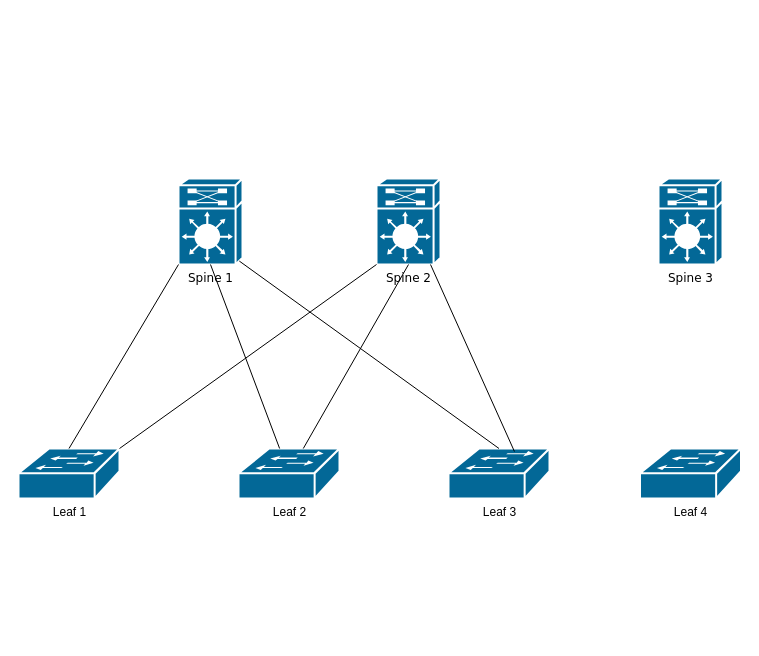
Before: HW1/hw1.drawio in parashu-rama/parashu-rama, a draw.io diagram. Source tidied: cells renumbered, new cells numbered last; positions are measured from the earlier drawing's top-left corner, leaving out a move shared by most shapes. Both pictures are drawn from the tidied source at 100%, with x=0, y=0 at pixel (18, 178).
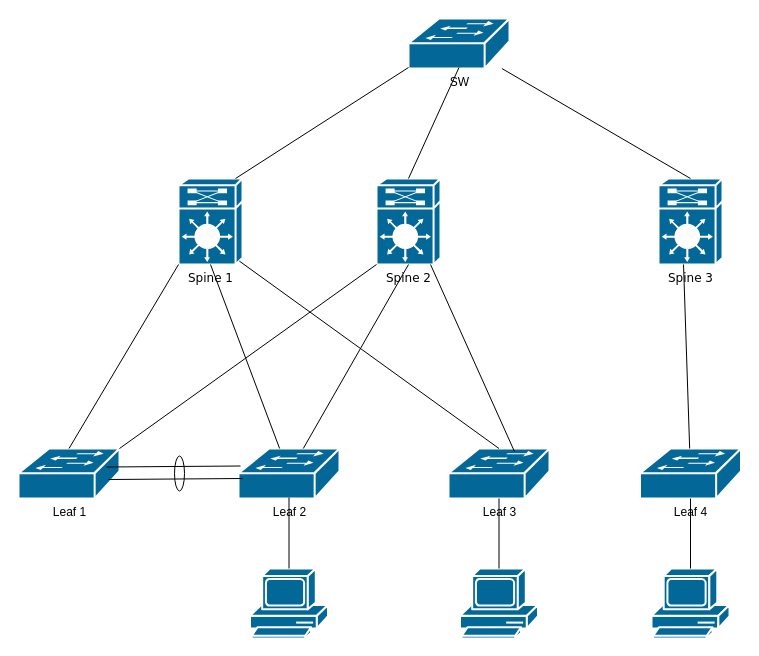
Above is the later version.

Unchanged cells that the change refers to:
```xml
<mxCell id="2" value="Spine 1" style="shape=mxgraph.cisco.misc.route_switch_processor;html=1;dashed=0;fillColor=#036897;strokeColor=#ffffff;strokeWidth=2;verticalLabelPosition=bottom;verticalAlign=top;rounded=0;shadow=0;comic=0;fontFamily=Verdana;fontSize=12;" parent="1" vertex="1">
  <mxGeometry x="160" width="64" height="86" as="geometry" />
</mxCell>
<mxCell id="3" value="Spine 2" style="shape=mxgraph.cisco.misc.route_switch_processor;html=1;dashed=0;fillColor=#036897;strokeColor=#ffffff;strokeWidth=2;verticalLabelPosition=bottom;verticalAlign=top;rounded=0;shadow=0;comic=0;fontFamily=Verdana;fontSize=12;" parent="1" vertex="1">
  <mxGeometry x="358" width="64" height="86" as="geometry" />
</mxCell>
<mxCell id="4" value="Spine 3" style="shape=mxgraph.cisco.misc.route_switch_processor;html=1;dashed=0;fillColor=#036897;strokeColor=#ffffff;strokeWidth=2;verticalLabelPosition=bottom;verticalAlign=top;rounded=0;shadow=0;comic=0;fontFamily=Verdana;fontSize=12;" parent="1" vertex="1">
  <mxGeometry x="640" width="64" height="86" as="geometry" />
</mxCell>
<mxCell id="6" value="Leaf 2" style="shape=mxgraph.cisco.switches.workgroup_switch;sketch=0;html=1;dashed=0;fillColor=#036897;strokeColor=#ffffff;strokeWidth=2;verticalLabelPosition=bottom;verticalAlign=top;align=center;outlineConnect=0;" parent="1" vertex="1">
  <mxGeometry x="220" y="270" width="101" height="50" as="geometry" />
</mxCell>
<mxCell id="7" value="Leaf 3" style="shape=mxgraph.cisco.switches.workgroup_switch;sketch=0;html=1;dashed=0;fillColor=#036897;strokeColor=#ffffff;strokeWidth=2;verticalLabelPosition=bottom;verticalAlign=top;align=center;outlineConnect=0;" parent="1" vertex="1">
  <mxGeometry x="430" y="270" width="101" height="50" as="geometry" />
</mxCell>
<mxCell id="8" value="Leaf 4" style="shape=mxgraph.cisco.switches.workgroup_switch;sketch=0;html=1;dashed=0;fillColor=#036897;strokeColor=#ffffff;strokeWidth=2;verticalLabelPosition=bottom;verticalAlign=top;align=center;outlineConnect=0;" parent="1" vertex="1">
  <mxGeometry x="621.5" y="270" width="101" height="50" as="geometry" />
</mxCell>
```

The edit, as a diff of the source:
```diff
@@
+    <mxCell id="15" style="endArrow=none;html=1;rounded=0;entryX=0.391;entryY=1;entryDx=0;entryDy=0;entryPerimeter=0;" parent="1" edge="1" source="8" target="4">
+      <mxGeometry relative="1" as="geometry" />
+    </mxCell>
+    <mxCell id="16" value="SW" style="shape=mxgraph.cisco.switches.workgroup_switch;sketch=0;html=1;dashed=0;fillColor=#036897;strokeColor=#ffffff;strokeWidth=2;verticalLabelPosition=bottom;verticalAlign=top;align=center;outlineConnect=0;" parent="1" vertex="1">
+      <mxGeometry x="390" y="-160" width="101" height="50" as="geometry" />
+    </mxCell>
+    <mxCell id="17" style="endArrow=none;html=1;rounded=0;exitX=0.5;exitY=0;exitDx=0;exitDy=0;exitPerimeter=0;" parent="1" edge="1" source="4" target="16">
+      <mxGeometry relative="1" as="geometry" />
+    </mxCell>
+    <mxCell id="18" style="endArrow=none;html=1;rounded=0;exitX=0.5;exitY=0;exitDx=0;exitDy=0;exitPerimeter=0;entryX=0.5;entryY=0.98;entryDx=0;entryDy=0;entryPerimeter=0;" parent="1" edge="1" source="3" target="16">
+      <mxGeometry relative="1" as="geometry" />
+    </mxCell>
+    <mxCell id="19" style="endArrow=none;html=1;rounded=0;exitX=0.891;exitY=0;exitDx=0;exitDy=0;exitPerimeter=0;entryX=0;entryY=0.98;entryDx=0;entryDy=0;entryPerimeter=0;" parent="1" edge="1" source="2" target="16">
+      <mxGeometry relative="1" as="geometry" />
+    </mxCell>
+    <mxCell id="20" style="endArrow=none;html=1;rounded=0;exitX=-0.031;exitY=0.349;exitDx=0;exitDy=0;exitPerimeter=0;entryX=0.969;entryY=0.36;entryDx=0;entryDy=0;entryPerimeter=0;" parent="1" edge="1">
+      <mxGeometry relative="1" as="geometry">
+        <mxPoint x="222" y="287.5" as="sourcePoint" />
+        <mxPoint x="88" y="288.5" as="targetPoint" />
+      </mxGeometry>
+    </mxCell>
+    <mxCell id="21" style="endArrow=none;html=1;rounded=0;exitX=-0.031;exitY=0.349;exitDx=0;exitDy=0;exitPerimeter=0;entryX=0.969;entryY=0.36;entryDx=0;entryDy=0;entryPerimeter=0;" parent="1" edge="1">
+      <mxGeometry relative="1" as="geometry">
+        <mxPoint x="224" y="300" as="sourcePoint" />
+        <mxPoint x="90" y="301" as="targetPoint" />
+      </mxGeometry>
+    </mxCell>
+    <mxCell id="22" style="ellipse;whiteSpace=wrap;html=1;fillColor=none;" parent="1" vertex="1">
+      <mxGeometry x="156" y="277.5" width="10" height="35" as="geometry" />
+    </mxCell>
+    <mxCell id="23" style="shape=mxgraph.cisco.computers_and_peripherals.pc;sketch=0;html=1;dashed=0;fillColor=#036897;strokeColor=#ffffff;strokeWidth=2;verticalLabelPosition=bottom;verticalAlign=top;align=center;outlineConnect=0;" parent="1" vertex="1">
+      <mxGeometry x="231.5" y="390" width="78" height="70" as="geometry" />
+    </mxCell>
+    <mxCell id="24" style="shape=mxgraph.cisco.computers_and_peripherals.pc;sketch=0;html=1;dashed=0;fillColor=#036897;strokeColor=#ffffff;strokeWidth=2;verticalLabelPosition=bottom;verticalAlign=top;align=center;outlineConnect=0;" parent="1" vertex="1">
+      <mxGeometry x="633" y="390" width="78" height="70" as="geometry" />
+    </mxCell>
+    <mxCell id="25" style="shape=mxgraph.cisco.computers_and_peripherals.pc;sketch=0;html=1;dashed=0;fillColor=#036897;strokeColor=#ffffff;strokeWidth=2;verticalLabelPosition=bottom;verticalAlign=top;align=center;outlineConnect=0;" parent="1" vertex="1">
+      <mxGeometry x="441.5" y="390" width="78" height="70" as="geometry" />
+    </mxCell>
+    <mxCell id="26" style="endArrow=none;html=1;rounded=0;entryX=0.5;entryY=0.98;entryDx=0;entryDy=0;entryPerimeter=0;" parent="1" edge="1" source="23" target="6">
+      <mxGeometry relative="1" as="geometry" />
+    </mxCell>
+    <mxCell id="27" style="endArrow=none;html=1;rounded=0;" parent="1" edge="1" source="25" target="7">
+      <mxGeometry relative="1" as="geometry" />
+    </mxCell>
+    <mxCell id="28" style="endArrow=none;html=1;rounded=0;" parent="1" edge="1" source="24" target="8">
+      <mxGeometry relative="1" as="geometry" />
+    </mxCell>
```
